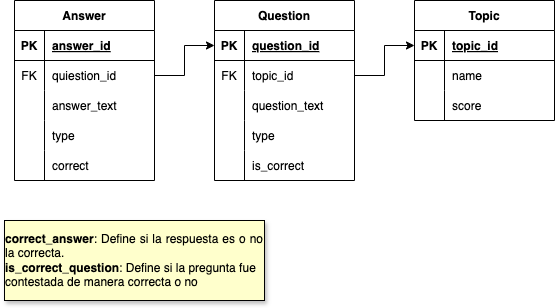
Earlier version of the draw.io export Modelo_ITS.png (trodriguezam/its-vercel). Source tidied: cells renumbered, new cells last; positions are measured from the earlier drawing's top-left corner, leaving out a move shared by most shapes.
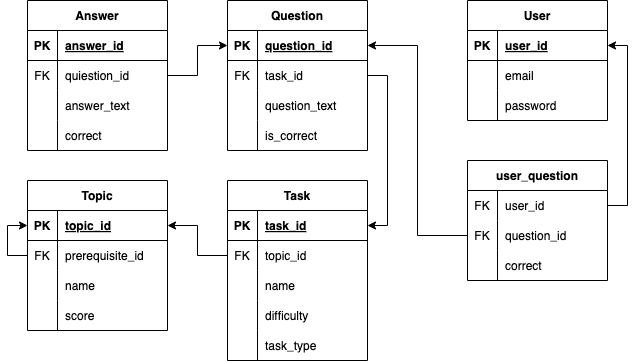
The same file after the commit.

What changed in the source:
```diff
@@ -3,7 +3,7 @@
     <mxCell id="0" />
     <mxCell id="1" parent="0" />
     <mxCell id="2" value="Question" style="shape=table;startSize=30;rowLines=0;fontStyle=1;align=center;" parent="1" vertex="1">
-      <mxGeometry x="210" width="140" height="180" as="geometry" />
+      <mxGeometry x="210" width="140" height="150" as="geometry" />
     </mxCell>
     <mxCell id="3" style="shape=partialRectangle;fillColor=none;points=[[0,0.5],[1,0.5]];portConstraint=eastwest;top=0;left=0;right=0;bottom=1;" parent="2" vertex="1">
       <mxGeometry y="30" width="140" height="30" as="geometry" />
@@ -20,7 +20,7 @@
     <mxCell id="7" value="FK" style="shape=partialRectangle;overflow=hidden;fillColor=none;top=0;left=0;bottom=0;right=0;" parent="6" vertex="1">
       <mxGeometry width="30" height="30" as="geometry" />
     </mxCell>
-    <mxCell id="8" value="topic_id" style="shape=partialRectangle;overflow=hidden;fillColor=none;top=0;left=0;bottom=0;right=0;align=left;spacingLeft=6;" parent="6" vertex="1">
+    <mxCell id="8" value="task_id" style="shape=partialRectangle;overflow=hidden;fillColor=none;top=0;left=0;bottom=0;right=0;align=left;spacingLeft=6;" parent="6" vertex="1">
       <mxGeometry x="30" width="110" height="30" as="geometry" />
     </mxCell>
     <mxCell id="9" style="shape=partialRectangle;fillColor=none;top=0;left=0;right=0;bottom=0;" parent="2" vertex="1">
@@ -32,17 +32,8 @@
     <mxCell id="11" value="question_text" style="shape=partialRectangle;overflow=hidden;fillColor=none;top=0;left=0;bottom=0;right=0;align=left;spacingLeft=6;fontStyle=0;" parent="9" vertex="1">
       <mxGeometry x="30" width="110" height="30" as="geometry" />
     </mxCell>
-    <mxCell id="12" style="shape=partialRectangle;fillColor=none;top=0;left=0;right=0;bottom=0;" parent="2" vertex="1">
-      <mxGeometry y="120" width="140" height="30" as="geometry" />
-    </mxCell>
-    <mxCell id="13" style="shape=partialRectangle;overflow=hidden;fillColor=none;top=0;left=0;bottom=0;right=0;" parent="12" vertex="1">
-      <mxGeometry width="30" height="30" as="geometry" />
-    </mxCell>
-    <mxCell id="14" value="type" style="shape=partialRectangle;overflow=hidden;fillColor=none;top=0;left=0;bottom=0;right=0;align=left;spacingLeft=6;" parent="12" vertex="1">
-      <mxGeometry x="30" width="110" height="30" as="geometry" />
-    </mxCell>
     <mxCell id="15" style="shape=partialRectangle;fillColor=none;top=0;left=0;right=0;bottom=0;" parent="2" vertex="1">
-      <mxGeometry y="150" width="140" height="30" as="geometry" />
+      <mxGeometry y="120" width="140" height="30" as="geometry" />
     </mxCell>
     <mxCell id="16" style="shape=partialRectangle;overflow=hidden;fillColor=none;top=0;left=0;bottom=0;right=0;" parent="15" vertex="1">
       <mxGeometry width="30" height="30" as="geometry" />
@@ -50,8 +41,11 @@
     <mxCell id="17" value="is_correct" style="shape=partialRectangle;overflow=hidden;fillColor=none;top=0;left=0;bottom=0;right=0;align=left;spacingLeft=6;" parent="15" vertex="1">
       <mxGeometry x="30" width="110" height="30" as="geometry" />
     </mxCell>
+    <mxCell id="47" style="edgeStyle=orthogonalEdgeStyle;rounded=0;jettySize=auto;html=1;entryX=0;entryY=0.5;entryDx=0;entryDy=0;" parent="1" edge="1" source="59" target="56">
+      <mxGeometry relative="1" as="geometry" />
+    </mxCell>
-    <mxCell id="18" value="Topic" style="shape=table;startSize=30;rowLines=0;fontStyle=1;align=center;" parent="1" vertex="1">
-      <mxGeometry x="410" width="140" height="120" as="geometry" />
+    <mxCell id="18" value="Task" style="shape=table;startSize=30;rowLines=0;fontStyle=1;align=center;" parent="1" vertex="1">
+      <mxGeometry x="210" y="180" width="140" height="180" as="geometry" />
     </mxCell>
     <mxCell id="19" style="shape=partialRectangle;fillColor=none;points=[[0,0.5],[1,0.5]];portConstraint=eastwest;top=0;left=0;right=0;bottom=1;" parent="18" vertex="1">
       <mxGeometry y="30" width="140" height="30" as="geometry" />
@@ -59,11 +53,20 @@
     <mxCell id="20" value="PK" style="shape=partialRectangle;overflow=hidden;fillColor=none;top=0;left=0;bottom=0;right=0;fontStyle=1;" parent="19" vertex="1">
       <mxGeometry width="30" height="30" as="geometry" />
     </mxCell>
-    <mxCell id="21" value="topic_id" style="shape=partialRectangle;overflow=hidden;fillColor=none;top=0;left=0;bottom=0;right=0;align=left;spacingLeft=6;fontStyle=5;" parent="19" vertex="1">
+    <mxCell id="21" value="task_id" style="shape=partialRectangle;overflow=hidden;fillColor=none;top=0;left=0;bottom=0;right=0;align=left;spacingLeft=6;fontStyle=5;" parent="19" vertex="1">
       <mxGeometry x="30" width="110" height="30" as="geometry" />
     </mxCell>
+    <mxCell id="48" style="shape=partialRectangle;fillColor=none;points=[[0,0.5],[1,0.5]];portConstraint=eastwest;top=0;left=0;right=0;bottom=0;" parent="18" vertex="1">
+      <mxGeometry y="60" width="140" height="30" as="geometry" />
+    </mxCell>
+    <mxCell id="49" value="FK" style="shape=partialRectangle;overflow=hidden;fillColor=none;top=0;left=0;bottom=0;right=0;" parent="48" vertex="1">
+      <mxGeometry width="30" height="30" as="geometry" />
+    </mxCell>
+    <mxCell id="50" value="topic_id" style="shape=partialRectangle;overflow=hidden;fillColor=none;top=0;left=0;bottom=0;right=0;align=left;spacingLeft=6;" parent="48" vertex="1">
+      <mxGeometry x="30" width="110" height="30" as="geometry" />
+    </mxCell>
     <mxCell id="22" style="shape=partialRectangle;fillColor=none;top=0;left=0;right=0;bottom=0;" parent="18" vertex="1">
-      <mxGeometry y="60" width="140" height="30" as="geometry" />
+      <mxGeometry y="90" width="140" height="30" as="geometry" />
     </mxCell>
     <mxCell id="23" style="shape=partialRectangle;overflow=hidden;fillColor=none;top=0;left=0;bottom=0;right=0;" parent="22" vertex="1">
       <mxGeometry width="30" height="30" as="geometry" />
@@ -71,17 +74,26 @@
     <mxCell id="24" value="name" style="shape=partialRectangle;overflow=hidden;fillColor=none;top=0;left=0;bottom=0;right=0;align=left;spacingLeft=6;" parent="22" vertex="1">
       <mxGeometry x="30" width="110" height="30" as="geometry" />
     </mxCell>
+    <mxCell id="51" style="shape=partialRectangle;fillColor=none;top=0;left=0;right=0;bottom=0;" parent="18" vertex="1">
+      <mxGeometry y="120" width="140" height="30" as="geometry" />
+    </mxCell>
+    <mxCell id="52" style="shape=partialRectangle;overflow=hidden;fillColor=none;top=0;left=0;bottom=0;right=0;" parent="51" vertex="1">
+      <mxGeometry width="30" height="30" as="geometry" />
+    </mxCell>
+    <mxCell id="53" value="difficulty" style="shape=partialRectangle;overflow=hidden;fillColor=none;top=0;left=0;bottom=0;right=0;align=left;spacingLeft=6;" parent="51" vertex="1">
+      <mxGeometry x="30" width="110" height="30" as="geometry" />
+    </mxCell>
     <mxCell id="25" style="shape=partialRectangle;fillColor=none;top=0;left=0;right=0;bottom=0;" parent="18" vertex="1">
-      <mxGeometry y="90" width="140" height="30" as="geometry" />
+      <mxGeometry y="150" width="140" height="30" as="geometry" />
     </mxCell>
     <mxCell id="26" style="shape=partialRectangle;overflow=hidden;fillColor=none;top=0;left=0;bottom=0;right=0;" parent="25" vertex="1">
       <mxGeometry width="30" height="30" as="geometry" />
     </mxCell>
-    <mxCell id="27" value="score" style="shape=partialRectangle;overflow=hidden;fillColor=none;top=0;left=0;bottom=0;right=0;align=left;spacingLeft=6;" parent="25" vertex="1">
+    <mxCell id="27" value="task_type" style="shape=partialRectangle;overflow=hidden;fillColor=none;top=0;left=0;bottom=0;right=0;align=left;spacingLeft=6;" parent="25" vertex="1">
       <mxGeometry x="30" width="110" height="30" as="geometry" />
     </mxCell>
     <mxCell id="28" value="Answer" style="shape=table;startSize=30;rowLines=0;fontStyle=1;align=center;" parent="1" vertex="1">
-      <mxGeometry x="10" width="140" height="180" as="geometry" />
+      <mxGeometry x="10" width="140" height="150" as="geometry" />
     </mxCell>
     <mxCell id="29" style="shape=partialRectangle;fillColor=none;top=0;left=0;right=0;bottom=1;" parent="28" vertex="1">
       <mxGeometry y="30" width="140" height="30" as="geometry" />
@@ -110,17 +122,8 @@
     <mxCell id="37" value="answer_text" style="shape=partialRectangle;overflow=hidden;fillColor=none;top=0;left=0;bottom=0;right=0;align=left;spacingLeft=6;fontStyle=0;" parent="35" vertex="1">
       <mxGeometry x="30" width="110" height="30" as="geometry" />
     </mxCell>
-    <mxCell id="38" style="shape=partialRectangle;fillColor=none;top=0;left=0;right=0;bottom=0;" parent="28" vertex="1">
-      <mxGeometry y="120" width="140" height="30" as="geometry" />
-    </mxCell>
-    <mxCell id="39" style="shape=partialRectangle;overflow=hidden;fillColor=none;top=0;left=0;bottom=0;right=0;" parent="38" vertex="1">
-      <mxGeometry width="30" height="30" as="geometry" />
-    </mxCell>
-    <mxCell id="40" value="type" style="shape=partialRectangle;overflow=hidden;fillColor=none;top=0;left=0;bottom=0;right=0;align=left;spacingLeft=6;" parent="38" vertex="1">
-      <mxGeometry x="30" width="110" height="30" as="geometry" />
-    </mxCell>
     <mxCell id="41" style="shape=partialRectangle;fillColor=none;top=0;left=0;right=0;bottom=0;" parent="28" vertex="1">
-      <mxGeometry y="150" width="140" height="30" as="geometry" />
+      <mxGeometry y="120" width="140" height="30" as="geometry" />
     </mxCell>
     <mxCell id="42" style="shape=partialRectangle;overflow=hidden;fillColor=none;top=0;left=0;bottom=0;right=0;" parent="41" vertex="1">
       <mxGeometry width="30" height="30" as="geometry" />
@@ -131,11 +134,126 @@
     <mxCell id="44" style="edgeStyle=orthogonalEdgeStyle;rounded=0;jettySize=auto;html=1;exitX=1;exitY=0.5;exitDx=0;exitDy=0;entryX=0;entryY=0.5;entryDx=0;entryDy=0;" parent="1" edge="1" source="32" target="3">
       <mxGeometry relative="1" as="geometry" />
     </mxCell>
-    <mxCell id="45" style="edgeStyle=orthogonalEdgeStyle;rounded=0;jettySize=auto;html=1;entryX=0;entryY=0.5;entryDx=0;entryDy=0;" parent="1" edge="1" source="6" target="19">
-      <mxGeometry relative="1" as="geometry" />
+    <mxCell id="45" style="edgeStyle=orthogonalEdgeStyle;rounded=0;jettySize=auto;html=1;entryX=1;entryY=0.5;entryDx=0;entryDy=0;exitX=1;exitY=0.5;exitDx=0;exitDy=0;" parent="1" edge="1" source="6" target="19">
+      <mxGeometry relative="1" as="geometry">
+        <Array as="points">
+          <mxPoint x="370" y="75" />
+          <mxPoint x="370" y="225" />
+        </Array>
+      </mxGeometry>
     </mxCell>
-    <mxCell id="46" value="&lt;div style=&quot;text-align: justify;&quot;&gt;&lt;span style=&quot;background-color: initial;&quot;&gt;&lt;b&gt;correct_answer&lt;/b&gt;: Define si la respuesta es o no la correcta.&lt;/span&gt;&lt;/div&gt;&lt;div style=&quot;text-align: left;&quot;&gt;&lt;b&gt;is_correct_question&lt;/b&gt;: Define si la pregunta fue contestada de manera correcta o no&lt;/div&gt;" style="rounded=0;whiteSpace=wrap;html=1;shadow=1;fillColor=#FFFFCC;" parent="1" vertex="1">
-      <mxGeometry y="220" width="260" height="80" as="geometry" />
-    </mxCell>
+    <mxCell id="54" style="edgeStyle=orthogonalEdgeStyle;rounded=0;jettySize=auto;html=1;exitX=0;exitY=0.5;exitDx=0;exitDy=0;entryX=1;entryY=0.5;entryDx=0;entryDy=0;" parent="1" edge="1" source="48" target="56">
+      <mxGeometry relative="1" as="geometry">
+        <Array as="points">
+          <mxPoint x="180" y="255" />
+          <mxPoint x="180" y="225" />
+        </Array>
+      </mxGeometry>
+    </mxCell>
+    <mxCell id="55" value="Topic" style="shape=table;startSize=30;rowLines=0;fontStyle=1;align=center;" parent="1" vertex="1">
+      <mxGeometry x="10" y="180" width="140" height="150" as="geometry" />
+    </mxCell>
+    <mxCell id="56" style="shape=partialRectangle;fillColor=none;points=[[0,0.5],[1,0.5]];portConstraint=eastwest;top=0;left=0;right=0;bottom=1;" parent="55" vertex="1">
+      <mxGeometry y="30" width="140" height="30" as="geometry" />
+    </mxCell>
+    <mxCell id="57" value="PK" style="shape=partialRectangle;overflow=hidden;fillColor=none;top=0;left=0;bottom=0;right=0;fontStyle=1;" parent="56" vertex="1">
+      <mxGeometry width="30" height="30" as="geometry" />
+    </mxCell>
+    <mxCell id="58" value="topic_id" style="shape=partialRectangle;overflow=hidden;fillColor=none;top=0;left=0;bottom=0;right=0;align=left;spacingLeft=6;fontStyle=5;" parent="56" vertex="1">
+      <mxGeometry x="30" width="110" height="30" as="geometry" />
+    </mxCell>
+    <mxCell id="59" style="shape=partialRectangle;fillColor=none;points=[[0,0.5],[1,0.5]];portConstraint=eastwest;top=0;left=0;right=0;bottom=0;" parent="55" vertex="1">
+      <mxGeometry y="60" width="140" height="30" as="geometry" />
+    </mxCell>
+    <mxCell id="60" value="FK" style="shape=partialRectangle;overflow=hidden;fillColor=none;top=0;left=0;bottom=0;right=0;" parent="59" vertex="1">
+      <mxGeometry width="30" height="30" as="geometry" />
+    </mxCell>
+    <mxCell id="61" value="prerequisite_id" style="shape=partialRectangle;overflow=hidden;fillColor=none;top=0;left=0;bottom=0;right=0;align=left;spacingLeft=6;" parent="59" vertex="1">
+      <mxGeometry x="30" width="110" height="30" as="geometry" />
+    </mxCell>
+    <mxCell id="62" style="shape=partialRectangle;fillColor=none;top=0;left=0;right=0;bottom=0;" parent="55" vertex="1">
+      <mxGeometry y="90" width="140" height="30" as="geometry" />
+    </mxCell>
+    <mxCell id="63" style="shape=partialRectangle;overflow=hidden;fillColor=none;top=0;left=0;bottom=0;right=0;" parent="62" vertex="1">
+      <mxGeometry width="30" height="30" as="geometry" />
+    </mxCell>
+    <mxCell id="64" value="name" style="shape=partialRectangle;overflow=hidden;fillColor=none;top=0;left=0;bottom=0;right=0;align=left;spacingLeft=6;" parent="62" vertex="1">
+      <mxGeometry x="30" width="110" height="30" as="geometry" />
+    </mxCell>
+    <mxCell id="65" style="shape=partialRectangle;fillColor=none;top=0;left=0;right=0;bottom=0;" parent="55" vertex="1">
+      <mxGeometry y="120" width="140" height="30" as="geometry" />
+    </mxCell>
+    <mxCell id="66" style="shape=partialRectangle;overflow=hidden;fillColor=none;top=0;left=0;bottom=0;right=0;" parent="65" vertex="1">
+      <mxGeometry width="30" height="30" as="geometry" />
+    </mxCell>
+    <mxCell id="67" value="score" style="shape=partialRectangle;overflow=hidden;fillColor=none;top=0;left=0;bottom=0;right=0;align=left;spacingLeft=6;" parent="65" vertex="1">
+      <mxGeometry x="30" width="110" height="30" as="geometry" />
+    </mxCell>
+    <mxCell id="68" value="User" style="shape=table;startSize=30;rowLines=0;fontStyle=1;align=center;" parent="1" vertex="1">
+      <mxGeometry x="450" width="140" height="120" as="geometry" />
+    </mxCell>
+    <mxCell id="69" style="shape=partialRectangle;fillColor=none;points=[[0,0.5],[1,0.5]];portConstraint=eastwest;top=0;left=0;right=0;bottom=1;" parent="68" vertex="1">
+      <mxGeometry y="30" width="140" height="30" as="geometry" />
+    </mxCell>
+    <mxCell id="70" value="PK" style="shape=partialRectangle;overflow=hidden;fillColor=none;top=0;left=0;bottom=0;right=0;fontStyle=1;" parent="69" vertex="1">
+      <mxGeometry width="30" height="30" as="geometry" />
+    </mxCell>
+    <mxCell id="71" value="user_id" style="shape=partialRectangle;overflow=hidden;fillColor=none;top=0;left=0;bottom=0;right=0;align=left;spacingLeft=6;fontStyle=5;" parent="69" vertex="1">
+      <mxGeometry x="30" width="110" height="30" as="geometry" />
+    </mxCell>
+    <mxCell id="72" style="shape=partialRectangle;fillColor=none;top=0;left=0;right=0;bottom=0;" parent="68" vertex="1">
+      <mxGeometry y="60" width="140" height="30" as="geometry" />
+    </mxCell>
+    <mxCell id="73" style="shape=partialRectangle;overflow=hidden;fillColor=none;top=0;left=0;bottom=0;right=0;" parent="72" vertex="1">
+      <mxGeometry width="30" height="30" as="geometry" />
+    </mxCell>
+    <mxCell id="74" value="email" style="shape=partialRectangle;overflow=hidden;fillColor=none;top=0;left=0;bottom=0;right=0;align=left;spacingLeft=6;" parent="72" vertex="1">
+      <mxGeometry x="30" width="110" height="30" as="geometry" />
+    </mxCell>
+    <mxCell id="75" style="shape=partialRectangle;fillColor=none;top=0;left=0;right=0;bottom=0;" parent="68" vertex="1">
+      <mxGeometry y="90" width="140" height="30" as="geometry" />
+    </mxCell>
+    <mxCell id="76" style="shape=partialRectangle;overflow=hidden;fillColor=none;top=0;left=0;bottom=0;right=0;" parent="75" vertex="1">
+      <mxGeometry width="30" height="30" as="geometry" />
+    </mxCell>
+    <mxCell id="77" value="password" style="shape=partialRectangle;overflow=hidden;fillColor=none;top=0;left=0;bottom=0;right=0;align=left;spacingLeft=6;fontStyle=0;" parent="75" vertex="1">
+      <mxGeometry x="30" width="110" height="30" as="geometry" />
+    </mxCell>
+    <mxCell id="78" value="user_question" style="shape=table;startSize=30;rowLines=0;fontStyle=1;align=center;" parent="1" vertex="1">
+      <mxGeometry x="450" y="160" width="140" height="120" as="geometry" />
+    </mxCell>
+    <mxCell id="79" style="shape=partialRectangle;fillColor=none;points=[[0,0.5],[1,0.5]];portConstraint=eastwest;top=0;left=0;right=0;bottom=0;" parent="78" vertex="1">
+      <mxGeometry y="30" width="140" height="30" as="geometry" />
+    </mxCell>
+    <mxCell id="80" value="FK" style="shape=partialRectangle;overflow=hidden;fillColor=none;top=0;left=0;bottom=0;right=0;" parent="79" vertex="1">
+      <mxGeometry width="30" height="30" as="geometry" />
+    </mxCell>
+    <mxCell id="81" value="user_id" style="shape=partialRectangle;overflow=hidden;fillColor=none;top=0;left=0;bottom=0;right=0;align=left;spacingLeft=6;" parent="79" vertex="1">
+      <mxGeometry x="30" width="110" height="30" as="geometry" />
+    </mxCell>
+    <mxCell id="82" style="shape=partialRectangle;fillColor=none;points=[[0,0.5],[1,0.5]];portConstraint=eastwest;top=0;left=0;right=0;bottom=0;" parent="78" vertex="1">
+      <mxGeometry y="60" width="140" height="30" as="geometry" />
+    </mxCell>
+    <mxCell id="83" value="FK" style="shape=partialRectangle;overflow=hidden;fillColor=none;top=0;left=0;bottom=0;right=0;" parent="82" vertex="1">
+      <mxGeometry width="30" height="30" as="geometry" />
+    </mxCell>
+    <mxCell id="84" value="question_id" style="shape=partialRectangle;overflow=hidden;fillColor=none;top=0;left=0;bottom=0;right=0;align=left;spacingLeft=6;fontStyle=0;" parent="82" vertex="1">
+      <mxGeometry x="30" width="110" height="30" as="geometry" />
+    </mxCell>
+    <mxCell id="85" style="shape=partialRectangle;fillColor=none;top=0;left=0;right=0;bottom=0;" parent="78" vertex="1">
+      <mxGeometry y="90" width="140" height="30" as="geometry" />
+    </mxCell>
+    <mxCell id="86" style="shape=partialRectangle;overflow=hidden;fillColor=none;top=0;left=0;bottom=0;right=0;" parent="85" vertex="1">
+      <mxGeometry width="30" height="30" as="geometry" />
+    </mxCell>
+    <mxCell id="87" value="correct" style="shape=partialRectangle;overflow=hidden;fillColor=none;top=0;left=0;bottom=0;right=0;align=left;spacingLeft=6;fontStyle=0;" parent="85" vertex="1">
+      <mxGeometry x="30" width="110" height="30" as="geometry" />
+    </mxCell>
+    <mxCell id="88" style="edgeStyle=orthogonalEdgeStyle;rounded=0;jettySize=auto;html=1;entryX=1;entryY=0.5;entryDx=0;entryDy=0;exitX=1;exitY=0.5;exitDx=0;exitDy=0;" parent="1" edge="1" source="79" target="69">
+      <mxGeometry relative="1" as="geometry" />
+    </mxCell>
+    <mxCell id="89" style="edgeStyle=orthogonalEdgeStyle;rounded=0;jettySize=auto;html=1;entryX=1;entryY=0.5;entryDx=0;entryDy=0;" parent="1" edge="1" source="82" target="3">
+      <mxGeometry relative="1" as="geometry" />
+    </mxCell>
   </root>
 </mxGraphModel>
```
